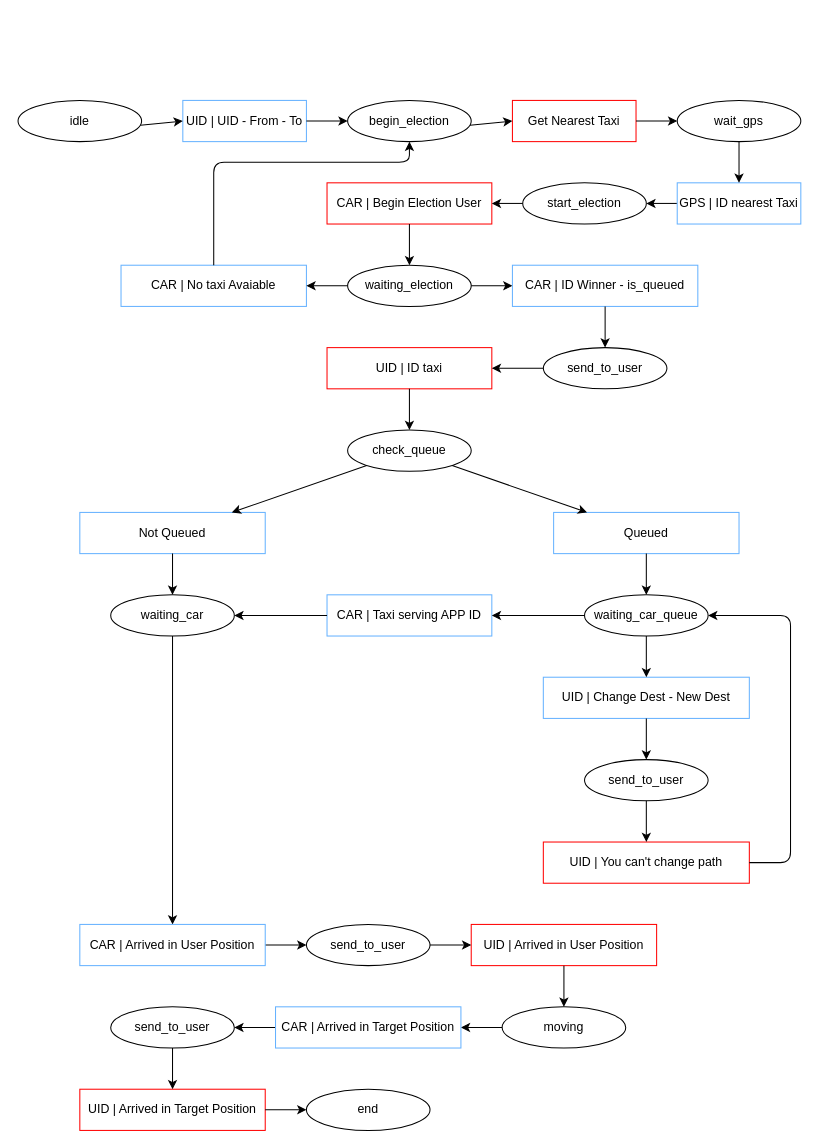
kraots94/Sistemi keeps this draw.io diagram as relazione/automa_app_utente_flusso.drawio. Above is the earlier version. Source tidied: cells renumbered, new cells numbered last; positions are measured from the earlier drawing's top-left corner, leaving out a move shared by most shapes. Both pictures are drawn from the tidied source at 103%, with x=0, y=0 at pixel (18, 100).
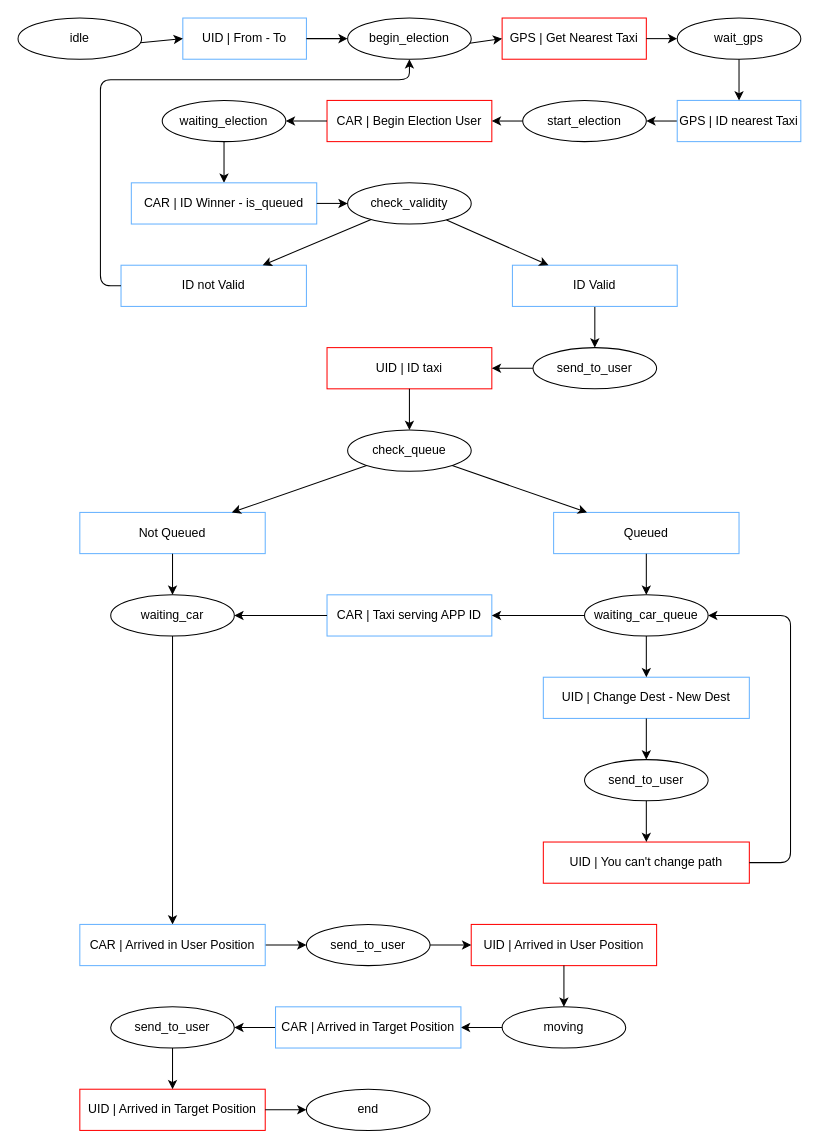
The same page after the edit.

Change to the diagram source:
```diff
@@
     <mxCell id="2" value="idle" style="ellipse;whiteSpace=wrap;html=1;" parent="1" vertex="1">
-      <mxGeometry width="120" height="40" as="geometry" />
+      <mxGeometry y="-80" width="120" height="40" as="geometry" />
     </mxCell>
-    <mxCell id="3" value="UID | UID - From - To" style="rounded=0;whiteSpace=wrap;html=1;strokeColor=#66B2FF;" parent="1" vertex="1">
-      <mxGeometry x="160" width="120" height="40" as="geometry" />
+    <mxCell id="3" value="UID | From - To" style="rounded=0;whiteSpace=wrap;html=1;strokeColor=#66B2FF;" parent="1" vertex="1">
+      <mxGeometry x="160" y="-80" width="120" height="40" as="geometry" />
     </mxCell>
     <mxCell id="4" value="begin_election" style="ellipse;whiteSpace=wrap;html=1;" parent="1" vertex="1">
-      <mxGeometry x="320" width="120" height="40" as="geometry" />
+      <mxGeometry x="320" y="-80" width="120" height="40" as="geometry" />
     </mxCell>
@@
     <mxCell id="8" value="&lt;span style=&quot;white-space: normal&quot;&gt;CAR | Begin Election User&lt;/span&gt;" style="rounded=0;whiteSpace=wrap;html=1;strokeColor=#FF0000;" parent="1" vertex="1">
-      <mxGeometry x="300" y="80" width="160" height="40" as="geometry" />
+      <mxGeometry x="300" width="160" height="40" as="geometry" />
     </mxCell>
-    <mxCell id="9" value="Get Nearest Taxi" style="rounded=0;whiteSpace=wrap;html=1;strokeColor=#FF0000;" parent="1" vertex="1">
-      <mxGeometry x="480" width="120" height="40" as="geometry" />
+    <mxCell id="9" value="GPS | Get Nearest Taxi" style="rounded=0;whiteSpace=wrap;html=1;strokeColor=#FF0000;" parent="1" vertex="1">
+      <mxGeometry x="470" y="-80" width="140" height="40" as="geometry" />
     </mxCell>
@@
     <mxCell id="12" value="start_election" style="ellipse;whiteSpace=wrap;html=1;" parent="1" vertex="1">
-      <mxGeometry x="490" y="80" width="120" height="40" as="geometry" />
+      <mxGeometry x="490" width="120" height="40" as="geometry" />
     </mxCell>
@@
     <mxCell id="14" value="waiting_election" style="ellipse;whiteSpace=wrap;html=1;" parent="1" vertex="1">
-      <mxGeometry x="320" y="160" width="120" height="40" as="geometry" />
+      <mxGeometry x="140" width="120" height="40" as="geometry" />
     </mxCell>
     <mxCell id="15" value="wait_gps" style="ellipse;whiteSpace=wrap;html=1;" parent="1" vertex="1">
-      <mxGeometry x="640" width="120" height="40" as="geometry" />
+      <mxGeometry x="640" y="-80" width="120" height="40" as="geometry" />
     </mxCell>
@@
     <mxCell id="17" value="GPS | ID nearest Taxi" style="rounded=0;whiteSpace=wrap;html=1;strokeColor=#66B2FF;" parent="1" vertex="1">
-      <mxGeometry x="640" y="80" width="120" height="40" as="geometry" />
+      <mxGeometry x="640" width="120" height="40" as="geometry" />
     </mxCell>
@@
-    <mxCell id="20" value="CAR | No taxi Avaiable" style="rounded=0;whiteSpace=wrap;html=1;strokeColor=#66B2FF;" parent="1" vertex="1">
+    <mxCell id="20" value="ID not Valid" style="rounded=0;whiteSpace=wrap;html=1;strokeColor=#66B2FF;" parent="1" vertex="1">
       <mxGeometry x="100" y="160" width="180" height="40" as="geometry" />
     </mxCell>
@@
-    <mxCell id="26" style="endArrow=classic;html=1;" parent="1" edge="1" source="14" target="20">
-      <mxGeometry relative="1" as="geometry" />
-    </mxCell>
@@
     <mxCell id="53" style="endArrow=classic;html=1;" parent="1" edge="1" source="20" target="4">
       <mxGeometry relative="1" as="geometry">
         <Array as="points">
-          <mxPoint x="190" y="60" />
-          <mxPoint x="380" y="60" />
+          <mxPoint x="80" y="180" />
+          <mxPoint x="80" y="-20" />
+          <mxPoint x="380" y="-20" />
         </Array>
       </mxGeometry>
     </mxCell>
@@
     <mxCell id="55" value="send_to_user" style="ellipse;whiteSpace=wrap;html=1;" parent="1" vertex="1">
-      <mxGeometry x="510" y="240" width="120" height="40" as="geometry" />
+      <mxGeometry x="500" y="240" width="120" height="40" as="geometry" />
     </mxCell>
@@
     <mxCell id="58" value="CAR | ID Winner - is_queued" style="rounded=0;whiteSpace=wrap;html=1;strokeColor=#66B2FF;" parent="1" vertex="1">
-      <mxGeometry x="480" y="160" width="180" height="40" as="geometry" />
+      <mxGeometry x="110" y="80" width="180" height="40" as="geometry" />
     </mxCell>
-    <mxCell id="59" style="endArrow=classic;html=1;" parent="1" edge="1" source="58" target="55">
+    <mxCell id="59" style="endArrow=classic;html=1;" parent="1" edge="1" source="65" target="55">
       <mxGeometry relative="1" as="geometry" />
     </mxCell>
@@
+    <mxCell id="64" value="check_validity" style="ellipse;whiteSpace=wrap;html=1;" parent="1" vertex="1">
+      <mxGeometry x="320" y="80" width="120" height="40" as="geometry" />
+    </mxCell>
+    <mxCell id="65" value="ID Valid" style="rounded=0;whiteSpace=wrap;html=1;strokeColor=#66B2FF;" parent="1" vertex="1">
+      <mxGeometry x="480" y="160" width="160" height="40" as="geometry" />
+    </mxCell>
+    <mxCell id="66" style="endArrow=classic;html=1;" parent="1" edge="1" source="64" target="65">
+      <mxGeometry relative="1" as="geometry" />
+    </mxCell>
+    <mxCell id="67" style="endArrow=classic;html=1;" parent="1" edge="1" source="64" target="20">
+      <mxGeometry relative="1" as="geometry" />
+    </mxCell>
+    <mxCell id="68" style="endArrow=classic;html=1;" parent="1" edge="1" source="58" target="64">
+      <mxGeometry relative="1" as="geometry" />
+    </mxCell>
```
